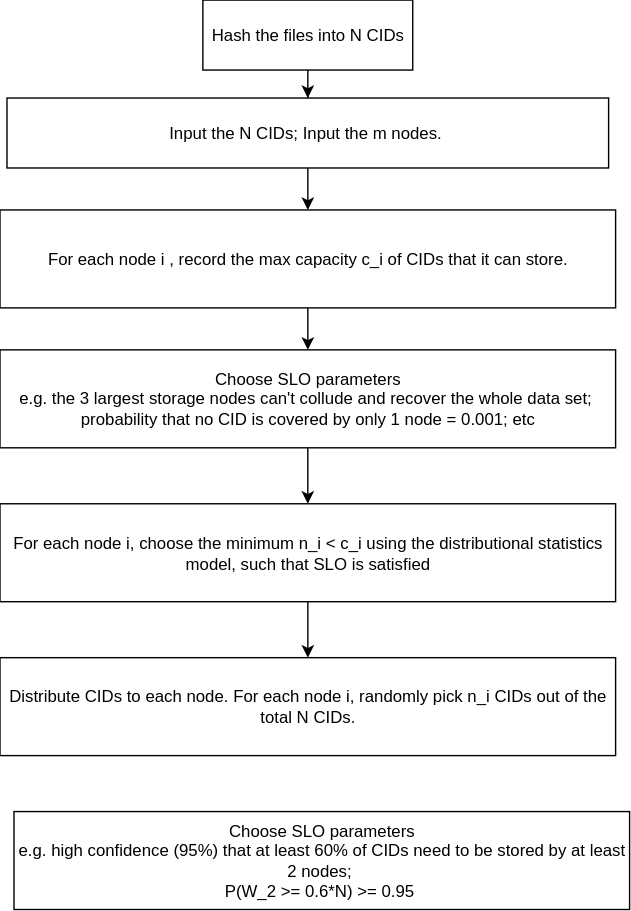
Above: assets/flow_chart.drawio.svg in zcahkwn/occ (draw.io), before the change. Source tidied: cells renumbered, new cells last; positions are measured from the earlier drawing's top-left corner, leaving out a move shared by most shapes.
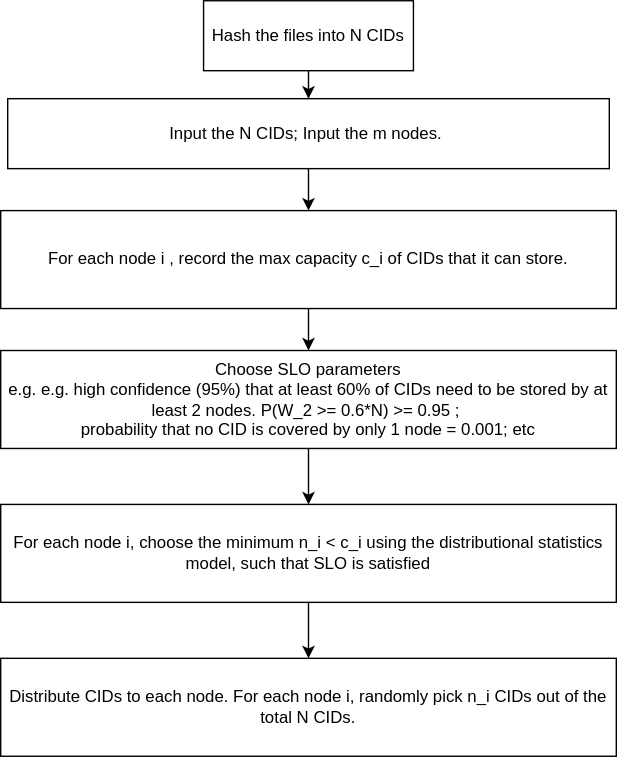
Above is the later version.

The edit, as a diff of the source:
```diff
@@ -7,7 +7,7 @@
         <mxPoint x="220" y="360" as="targetPoint" />
       </mxGeometry>
     </mxCell>
-    <mxCell id="3" value="Choose SLO parameters&lt;div&gt;e.g. the 3 largest storage nodes can't collude and recover the whole data set;&amp;nbsp;&lt;/div&gt;&lt;div&gt;probability that no CID is covered by only 1 node = 0.001; etc&lt;/div&gt;" style="rounded=0;whiteSpace=wrap;html=1;" parent="1" vertex="1">
+    <mxCell id="3" value="Choose SLO parameters&lt;div&gt;e.g.&amp;nbsp;&lt;span style=&quot;background-color: transparent; color: light-dark(rgb(0, 0, 0), rgb(255, 255, 255));&quot;&gt;e.g. high confidence (95%) that at least 60% of CIDs need to be stored by at least 2 nodes.&amp;nbsp;&lt;/span&gt;&lt;span style=&quot;background-color: transparent; color: light-dark(rgb(0, 0, 0), rgb(255, 255, 255));&quot;&gt;P(W_2 &amp;gt;= 0.6*N) &amp;gt;= 0.95&amp;nbsp;&lt;/span&gt;;&amp;nbsp;&lt;/div&gt;&lt;div&gt;probability that no CID is covered by only 1 node = 0.001; etc&lt;/div&gt;" style="rounded=0;whiteSpace=wrap;html=1;" parent="1" vertex="1">
       <mxGeometry y="250" width="440" height="70" as="geometry" />
     </mxCell>
     <mxCell id="4" style="edgeStyle=orthogonalEdgeStyle;rounded=0;jettySize=auto;html=1;" parent="1" edge="1" source="5" target="7">
@@ -42,8 +42,5 @@
     <mxCell id="12" value="Hash the files into N CIDs" style="rounded=0;whiteSpace=wrap;html=1;" parent="1" vertex="1">
       <mxGeometry x="145" width="150" height="50" as="geometry" />
     </mxCell>
-    <mxCell id="13" value="Choose SLO parameters&lt;div&gt;e.g. high confidence (95%) that at least 60% of CIDs need to be stored by at least 2 nodes;&amp;nbsp;&lt;/div&gt;&lt;div&gt;P(W_2 &amp;gt;= 0.6*N) &amp;gt;= 0.95&amp;nbsp;&lt;/div&gt;" style="rounded=0;whiteSpace=wrap;html=1;" parent="1" vertex="1">
-      <mxGeometry x="10" y="580" width="440" height="70" as="geometry" />
-    </mxCell>
   </root>
 </mxGraphModel>
```
